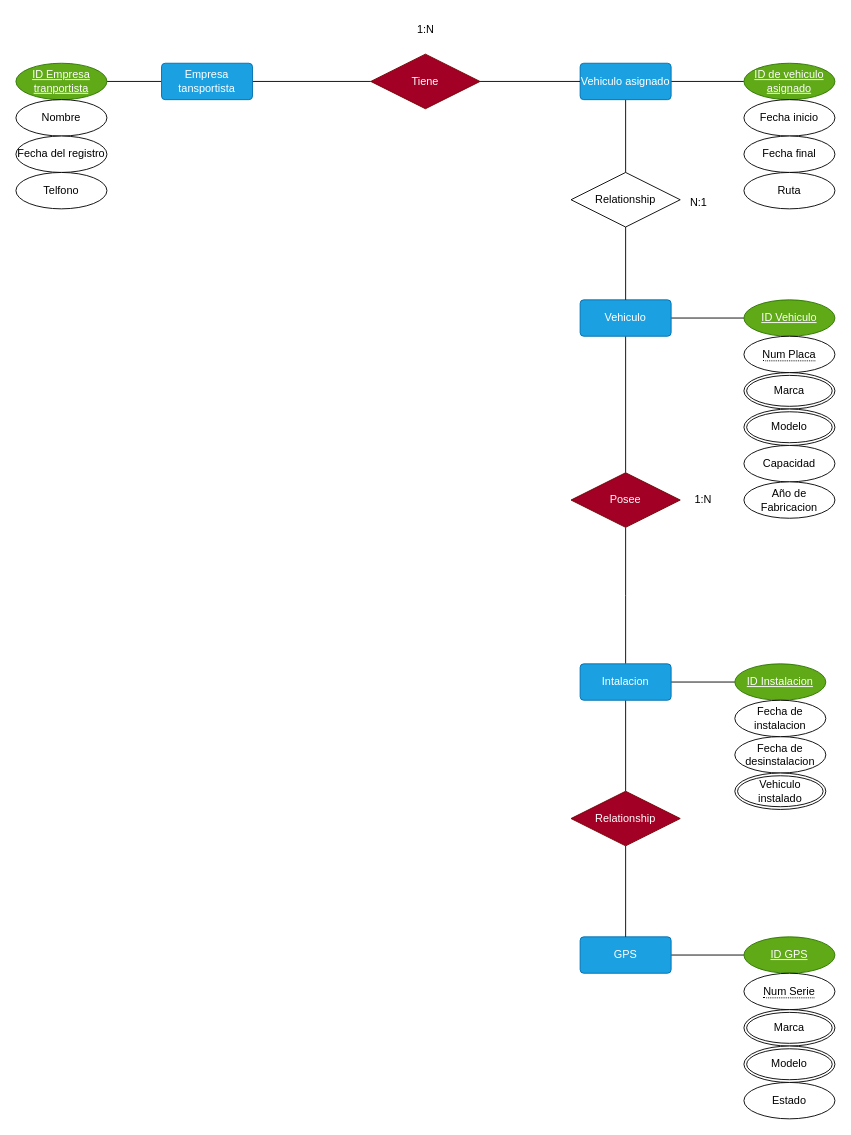
Mundrack/Diagramas-DrawIO keeps this draw.io diagram as CARROS Y GPS.drawio. Above is the earlier version. Source tidied: cells renumbered, new cells numbered last; positions are measured from the earlier drawing's top-left corner, leaving out a move shared by most shapes. Both pictures are drawn from the tidied source at 91%, with x=0, y=0 at pixel (15, 15).
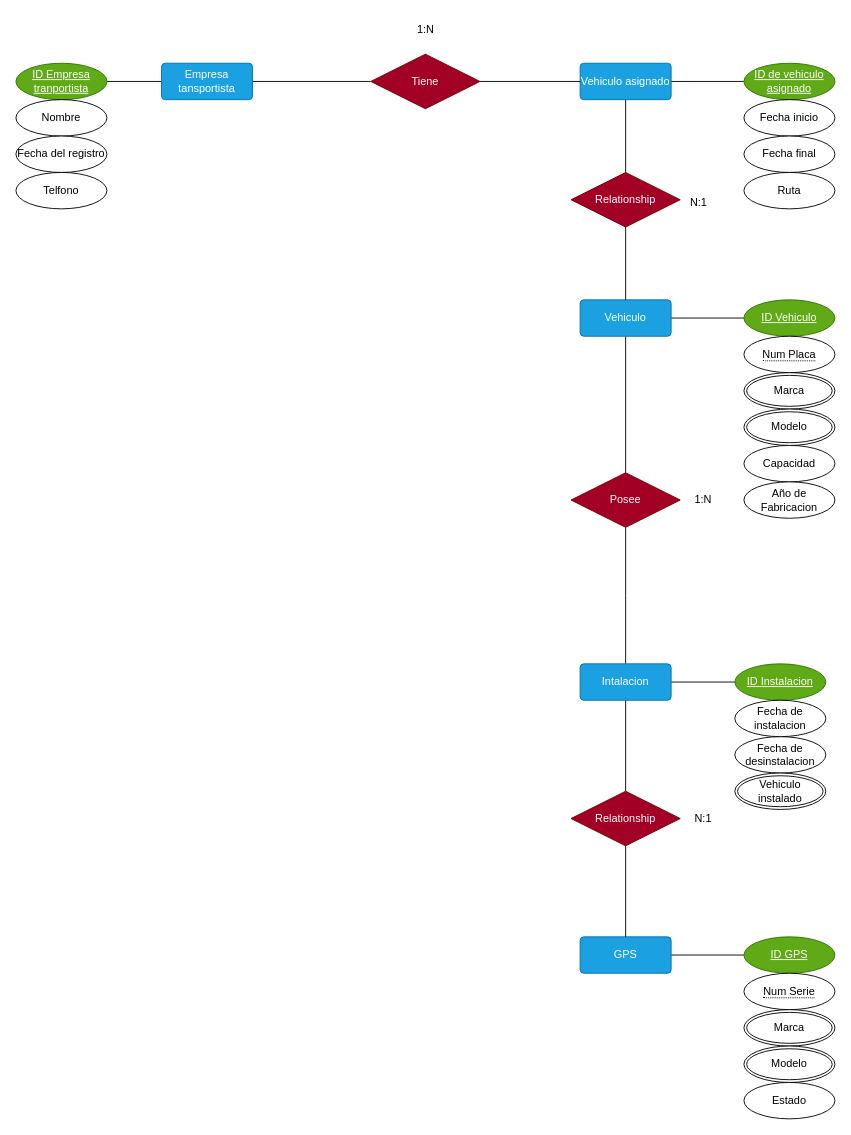
The same diagram, later.

Diff of the diagram source:
```diff
@@
-    <mxCell id="34" value="Relationship" style="shape=rhombus;perimeter=rhombusPerimeter;whiteSpace=wrap;html=1;align=center;" parent="1" vertex="1">
+    <mxCell id="34" value="Relationship" style="shape=rhombus;perimeter=rhombusPerimeter;whiteSpace=wrap;html=1;align=center;fillColor=#a20025;fontColor=#ffffff;strokeColor=#6F0000;" parent="1" vertex="1">
       <mxGeometry x="610" y="172" width="120" height="60" as="geometry" />
     </mxCell>
@@
+    <mxCell id="50" value="N:1" style="text;html=1;align=center;verticalAlign=middle;strokeColor=none;fillColor=none;" parent="1" vertex="1">
+      <mxGeometry x="735" y="867" width="40" height="30" as="geometry" />
+    </mxCell>
```
